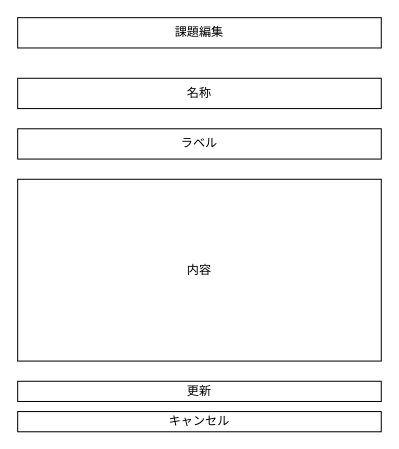
This is page "タスク情報更新" (17 of 22) of doc/wire_frame.drawio from yodev21/ssgl, a draw.io file, before an edit. Source tidied: cells renumbered, new cells numbered last; positions are measured from the earlier drawing's top-left corner, leaving out a move shared by most shapes. Both pictures are drawn from the tidied source at 101%, with x=0, y=0 at pixel (17, 17).
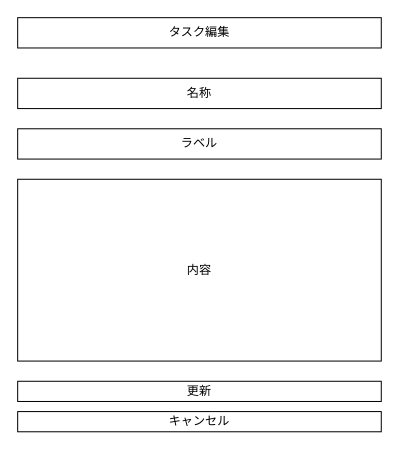
The same page after the edit.

What changed in the source:
```diff
@@
 <mxGraphModel>
   <root>
     <mxCell id="0" />
     <mxCell id="1" parent="0" />
-    <mxCell id="2" value="課題編集" style="rounded=0;whiteSpace=wrap;html=1;" parent="1" vertex="1">
+    <mxCell id="2" value="タスク編集" style="rounded=0;whiteSpace=wrap;html=1;" parent="1" vertex="1">
       <mxGeometry width="360" height="30" as="geometry" />
     </mxCell>
     <mxCell id="3" value="名称" style="rounded=0;whiteSpace=wrap;html=1;" parent="1" vertex="1">
       <mxGeometry y="60" width="360" height="30" as="geometry" />
     </mxCell>
     <mxCell id="4" value="内容" style="rounded=0;whiteSpace=wrap;html=1;" parent="1" vertex="1">
       <mxGeometry y="160" width="360" height="180" as="geometry" />
     </mxCell>
     <mxCell id="5" value="キャンセル" style="rounded=0;whiteSpace=wrap;html=1;" parent="1" vertex="1">
       <mxGeometry y="390" width="360" height="20" as="geometry" />
     </mxCell>
     <mxCell id="6" value="ラベル" style="rounded=0;whiteSpace=wrap;html=1;" parent="1" vertex="1">
       <mxGeometry y="110" width="360" height="30" as="geometry" />
     </mxCell>
     <mxCell id="7" value="更新" style="rounded=0;whiteSpace=wrap;html=1;" parent="1" vertex="1">
       <mxGeometry y="360" width="360" height="20" as="geometry" />
     </mxCell>
   </root>
 </mxGraphModel>
```
